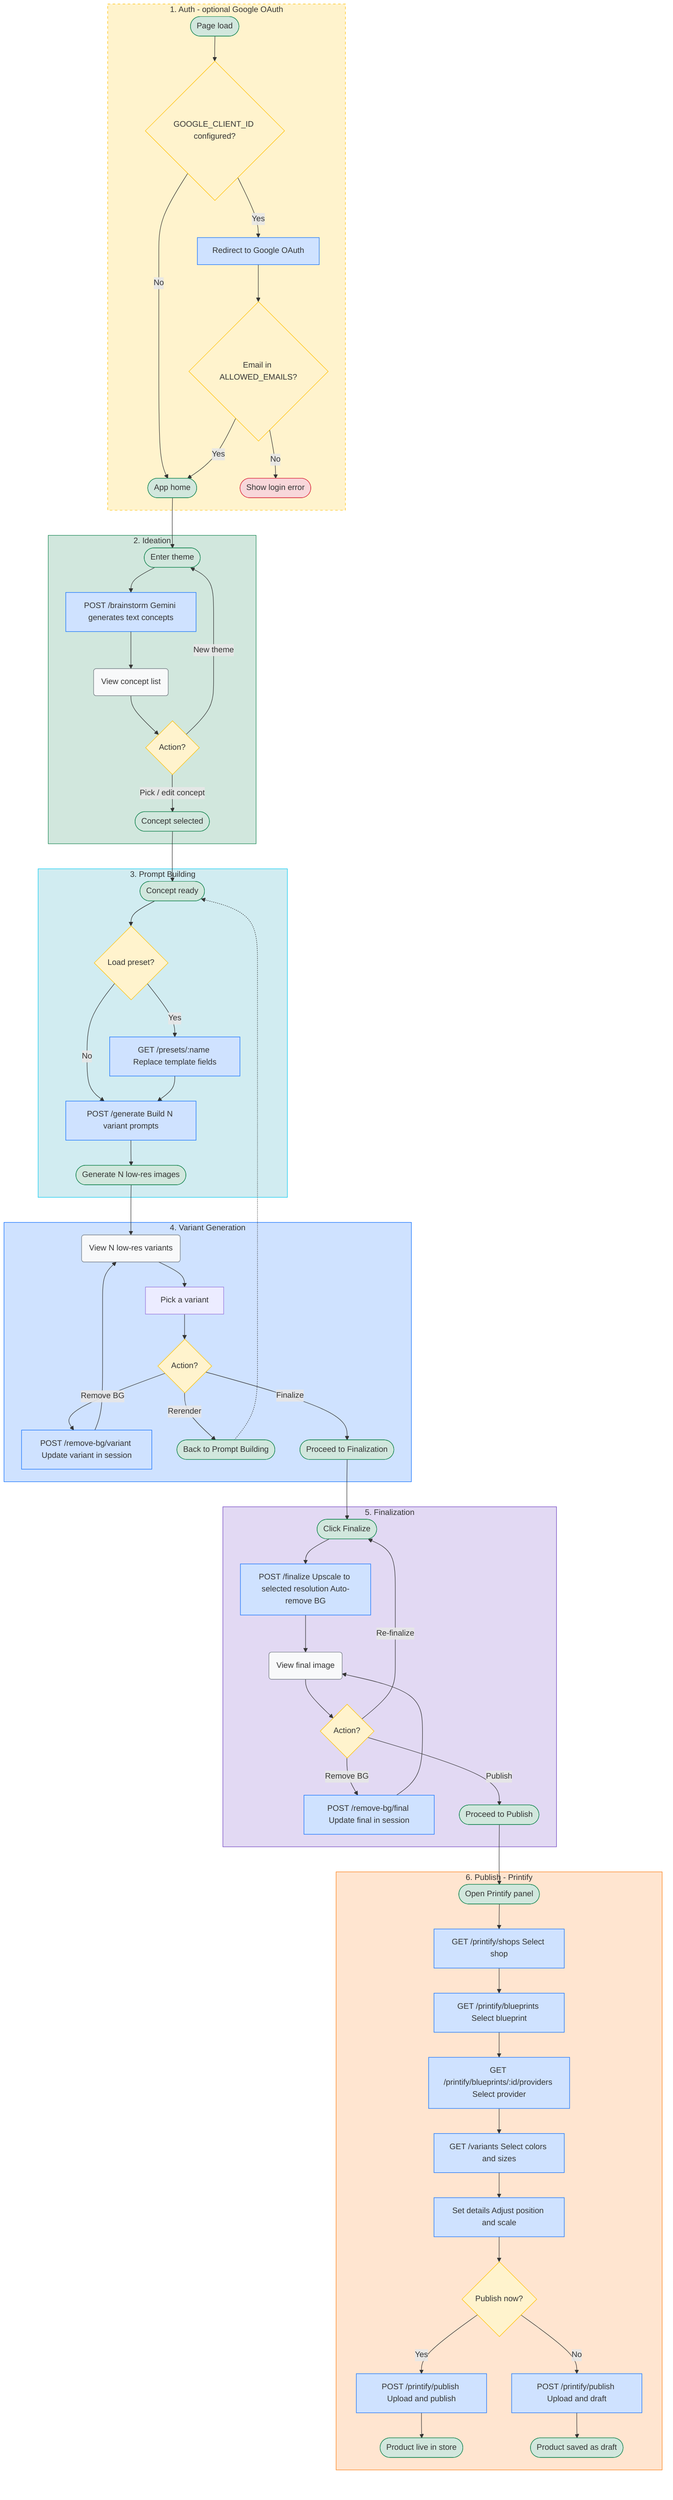
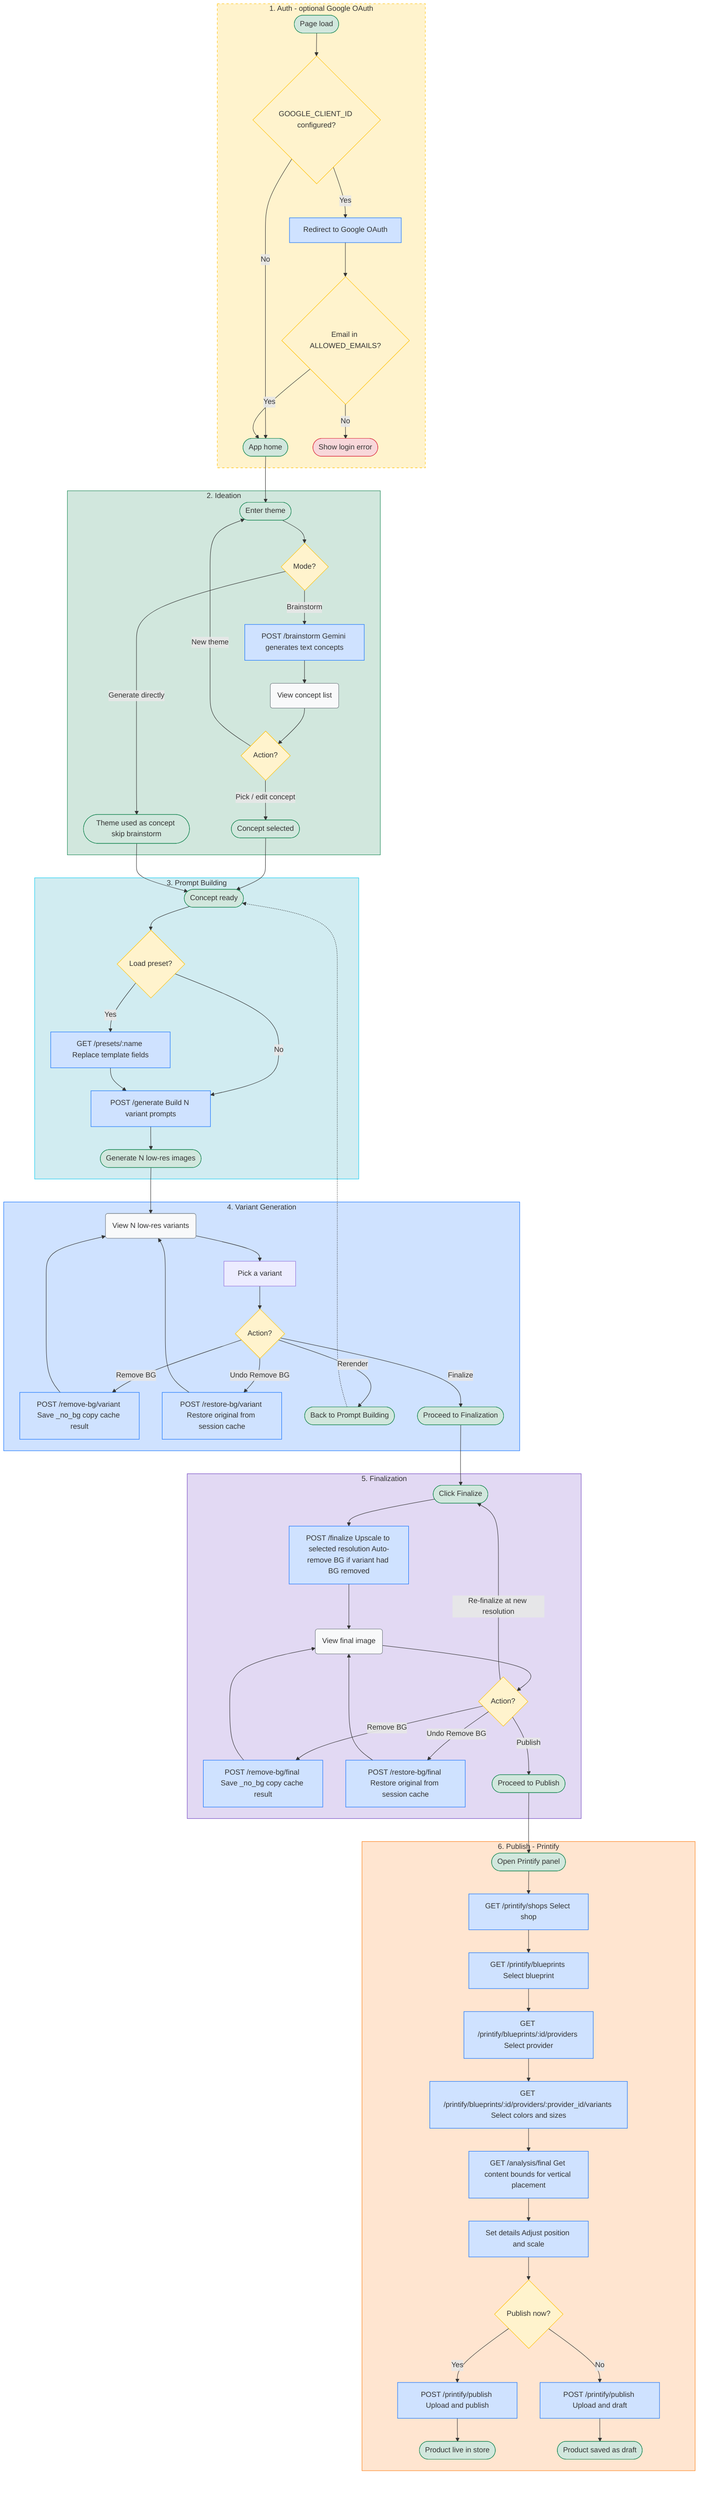
graph TD
    %% 1. Auth
    subgraph Auth [1. Auth - optional Google OAuth]
        PageLoad([Page load]) --> AuthEnabled{GOOGLE_CLIENT_ID configured?}
        AuthEnabled -- No --> AppHome([App home])
        AuthEnabled -- Yes --> OAuthRedirect[Redirect to Google OAuth]
        OAuthRedirect --> AllowlistCheck{Email in ALLOWED_EMAILS?}
        AllowlistCheck -- No --> LoginError([Show login error])
        AllowlistCheck -- Yes --> AppHome
    end

    %% 2. Ideation
    subgraph Ideation [2. Ideation]
-         EnterTheme([Enter theme]) --> Brainstorm[POST /brainstorm Gemini generates text concepts]
+         EnterTheme([Enter theme]) --> IdeationMode{Mode?}
+         IdeationMode -- "Brainstorm" --> Brainstorm[POST /brainstorm Gemini generates text concepts]
+         IdeationMode -- "Generate directly" --> DirectConcept([Theme used as concept skip brainstorm])
        Brainstorm --> ViewConcepts(View concept list)
        ViewConcepts --> IdeationChoice{Action?}
        IdeationChoice -- "Pick / edit concept" --> ConceptSelected([Concept selected])
        IdeationChoice -- "New theme" --> EnterTheme
    end

    %% 3. Prompt Building
    subgraph PromptBuild [3. Prompt Building]
        ConceptIn([Concept ready]) --> LoadPreset{Load preset?}
        LoadPreset -- Yes --> ApplyPreset[GET /presets/:name Replace template fields]
        LoadPreset -- No --> BuildPrompts
        ApplyPreset --> BuildPrompts[POST /generate Build N variant prompts]
        BuildPrompts --> GenImages([Generate N low-res images])
    end

    %% 4. Variant Generation
    subgraph VariantGen [4. Variant Generation]
        ViewVariants(View N low-res variants) --> PickVariant[Pick a variant]
        PickVariant --> VariantChoice{Action?}
-         VariantChoice -- "Remove BG" --> RemoveBGVariant[POST /remove-bg/variant Update variant in session]
+         VariantChoice -- "Remove BG" --> RemoveBGVariant[POST /remove-bg/variant Save _no_bg copy cache result]
        RemoveBGVariant --> ViewVariants
+         VariantChoice -- "Undo Remove BG" --> RestoreBGVariant[POST /restore-bg/variant Restore original from session cache]
+         RestoreBGVariant --> ViewVariants
        VariantChoice -- "Rerender" --> RerenderVariants([Back to Prompt Building])
        VariantChoice -- "Finalize" --> ReadyToFinalize([Proceed to Finalization])
    end

    %% 5. Finalization
    subgraph Finalization [5. Finalization]
-         ClickFinalize([Click Finalize]) --> Gen4K[POST /finalize Upscale to selected resolution Auto-remove BG]
+         ClickFinalize([Click Finalize]) --> Gen4K[POST /finalize Upscale to selected resolution Auto-remove BG if variant had BG removed]
        Gen4K --> ViewFinal(View final image)
        ViewFinal --> FinalChoice{Action?}
-         FinalChoice -- "Remove BG" --> RemoveBGFinal[POST /remove-bg/final Update final in session]
+         FinalChoice -- "Remove BG" --> RemoveBGFinal[POST /remove-bg/final Save _no_bg copy cache result]
        RemoveBGFinal --> ViewFinal
-         FinalChoice -- "Re-finalize" --> ClickFinalize
+         FinalChoice -- "Undo Remove BG" --> RestoreBGFinal[POST /restore-bg/final Restore original from session cache]
+         RestoreBGFinal --> ViewFinal
+         FinalChoice -- "Re-finalize at new resolution" --> ClickFinalize
        FinalChoice -- "Publish" --> ReadyToPublish([Proceed to Publish])
    end

    %% 6. Publish
    subgraph Publish [6. Publish - Printify]
        OpenPrintify([Open Printify panel]) --> SelectShop[GET /printify/shops Select shop]
        SelectShop --> SelectBlueprint[GET /printify/blueprints Select blueprint]
        SelectBlueprint --> SelectProvider[GET /printify/blueprints/:id/providers Select provider]
-         SelectProvider --> SelectVariants[GET /variants Select colors and sizes]
-         SelectVariants --> SetDetails[Set details Adjust position and scale]
+         SelectProvider --> SelectVariants[GET /printify/blueprints/:id/providers/:provider_id/variants Select colors and sizes]
+         SelectVariants --> AnalyzeFinal[GET /analysis/final Get content bounds for vertical placement]
+         AnalyzeFinal --> SetDetails[Set details Adjust position and scale]
        SetDetails --> PublishChoice{Publish now?}
        PublishChoice -- Yes --> PublishNow[POST /printify/publish Upload and publish]
        PublishChoice -- No --> SaveDraft[POST /printify/publish Upload and draft]
        PublishNow --> Done([Product live in store])
        SaveDraft --> Done2([Product saved as draft])
    end

    %% Phase transitions
    AppHome --> EnterTheme
    ConceptSelected --> ConceptIn
+     DirectConcept --> ConceptIn
    GenImages --> ViewVariants
    RerenderVariants -.-> ConceptIn
    ReadyToFinalize --> ClickFinalize
    ReadyToPublish --> OpenPrintify

    %% Subgraph styling
    style Auth fill:#fff3cd,stroke:#ffc107,stroke-dasharray: 5 5
    style Ideation fill:#d1e7dd,stroke:#198754
    style PromptBuild fill:#d1ecf1,stroke:#0dcaf0
    style VariantGen fill:#cfe2ff,stroke:#0d6efd
    style Finalization fill:#e2d9f3,stroke:#6f42c1
    style Publish fill:#ffe5d0,stroke:#fd7e14

    %% Decision nodes - amber
    style AuthEnabled fill:#fff3cd,stroke:#ffc107
    style AllowlistCheck fill:#fff3cd,stroke:#ffc107
+     style IdeationMode fill:#fff3cd,stroke:#ffc107
    style IdeationChoice fill:#fff3cd,stroke:#ffc107
    style LoadPreset fill:#fff3cd,stroke:#ffc107
    style VariantChoice fill:#fff3cd,stroke:#ffc107
    style FinalChoice fill:#fff3cd,stroke:#ffc107
    style PublishChoice fill:#fff3cd,stroke:#ffc107

    %% API call nodes - blue
    style OAuthRedirect fill:#cfe2ff,stroke:#0d6efd
    style Brainstorm fill:#cfe2ff,stroke:#0d6efd
    style ApplyPreset fill:#cfe2ff,stroke:#0d6efd
    style BuildPrompts fill:#cfe2ff,stroke:#0d6efd
    style RemoveBGVariant fill:#cfe2ff,stroke:#0d6efd
+     style RestoreBGVariant fill:#cfe2ff,stroke:#0d6efd
    style Gen4K fill:#cfe2ff,stroke:#0d6efd
    style RemoveBGFinal fill:#cfe2ff,stroke:#0d6efd
+     style RestoreBGFinal fill:#cfe2ff,stroke:#0d6efd
    style SelectShop fill:#cfe2ff,stroke:#0d6efd
    style SelectBlueprint fill:#cfe2ff,stroke:#0d6efd
    style SelectProvider fill:#cfe2ff,stroke:#0d6efd
    style SelectVariants fill:#cfe2ff,stroke:#0d6efd
+     style AnalyzeFinal fill:#cfe2ff,stroke:#0d6efd
    style SetDetails fill:#cfe2ff,stroke:#0d6efd
    style PublishNow fill:#cfe2ff,stroke:#0d6efd
    style SaveDraft fill:#cfe2ff,stroke:#0d6efd

    %% View/state nodes - gray
    style ViewConcepts fill:#f8f9fa,stroke:#6c757d
    style ViewVariants fill:#f8f9fa,stroke:#6c757d
    style ViewFinal fill:#f8f9fa,stroke:#6c757d

    %% Terminal nodes - green
    style PageLoad fill:#d1e7dd,stroke:#198754
    style AppHome fill:#d1e7dd,stroke:#198754
    style EnterTheme fill:#d1e7dd,stroke:#198754
+     style DirectConcept fill:#d1e7dd,stroke:#198754
    style ConceptSelected fill:#d1e7dd,stroke:#198754
    style ConceptIn fill:#d1e7dd,stroke:#198754
    style GenImages fill:#d1e7dd,stroke:#198754
    style RerenderVariants fill:#d1e7dd,stroke:#198754
    style ReadyToFinalize fill:#d1e7dd,stroke:#198754
    style ClickFinalize fill:#d1e7dd,stroke:#198754
    style ReadyToPublish fill:#d1e7dd,stroke:#198754
    style OpenPrintify fill:#d1e7dd,stroke:#198754
    style Done fill:#d1e7dd,stroke:#198754
    style Done2 fill:#d1e7dd,stroke:#198754

    %% Error nodes - red
    style LoginError fill:#f8d7da,stroke:#dc3545
